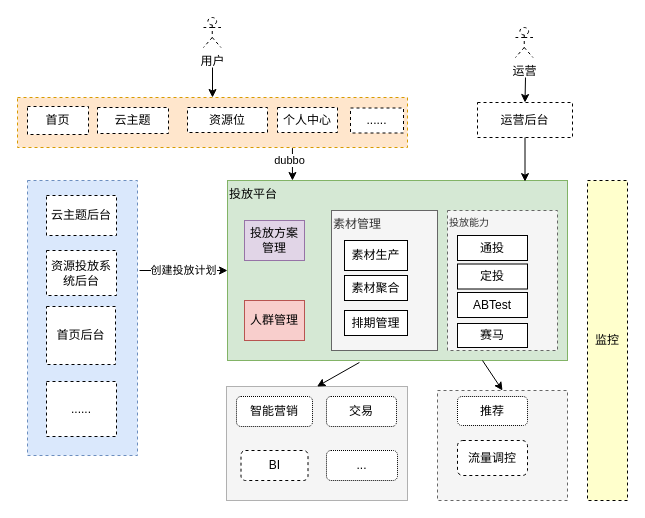
Before: Untitled Diagram.drawio in zengnm/diagrams, a draw.io diagram. Source tidied: cells renumbered, new cells numbered last; positions are measured from the earlier drawing's top-left corner, leaving out a move shared by most shapes. Both pictures are drawn from the tidied source at 100%, with x=0, y=0 at pixel (17, 17).
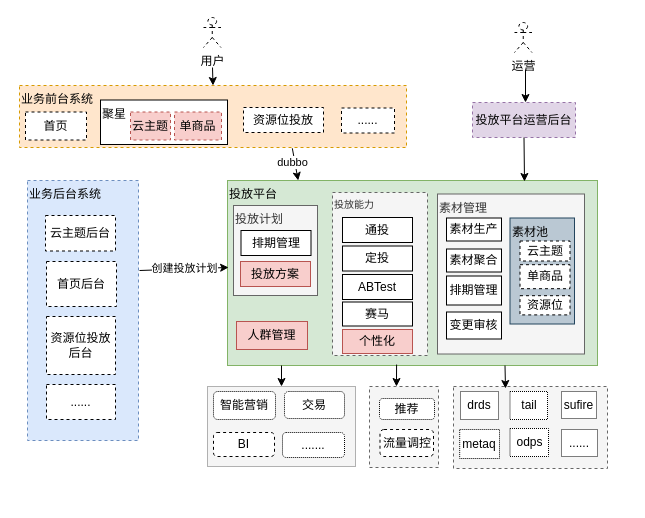
Above is the later version.

What changed in the source:
```diff
@@
     <mxCell id="2" style="rounded=0;whiteSpace=wrap;html=1;dashed=1;fillColor=#f5f5f5;strokeColor=#666666;fontColor=#333333;" parent="1" vertex="1">
-      <mxGeometry x="420" y="373" width="130" height="110" as="geometry" />
+      <mxGeometry x="352" y="369" width="69" height="81" as="geometry" />
     </mxCell>
     <mxCell id="3" style="rounded=0;whiteSpace=wrap;html=1;dashed=1;dashPattern=1 1;fillColor=#f5f5f5;strokeColor=#666666;fontColor=#333333;" parent="1" vertex="1">
-      <mxGeometry x="209" y="369" width="181" height="114" as="geometry" />
+      <mxGeometry x="190" y="369" width="148" height="80" as="geometry" />
     </mxCell>
     <mxCell id="4" value="智能营销" style="rounded=1;whiteSpace=wrap;html=1;dashed=1;dashPattern=1 1;" parent="1" vertex="1">
-      <mxGeometry x="219" y="379" width="76" height="30" as="geometry" />
+      <mxGeometry x="196" y="374" width="62" height="28" as="geometry" />
     </mxCell>
     <mxCell id="5" value="交易" style="rounded=1;whiteSpace=wrap;html=1;dashed=1;dashPattern=1 1;" parent="1" vertex="1">
-      <mxGeometry x="309" y="379" width="70" height="30" as="geometry" />
+      <mxGeometry x="267" y="374" width="60" height="27" as="geometry" />
     </mxCell>
     <mxCell id="6" value="推荐" style="rounded=1;whiteSpace=wrap;html=1;dashed=1;dashPattern=1 1;" parent="1" vertex="1">
-      <mxGeometry x="440" y="379" width="70" height="29" as="geometry" />
+      <mxGeometry x="362" y="381" width="55" height="21" as="geometry" />
     </mxCell>
-    <mxCell id="7" value="..." style="rounded=1;whiteSpace=wrap;html=1;dashed=1;dashPattern=1 1;" parent="1" vertex="1">
-      <mxGeometry x="309" y="433" width="71" height="30" as="geometry" />
+    <mxCell id="7" value="......." style="rounded=1;whiteSpace=wrap;html=1;dashed=1;dashPattern=1 1;" parent="1" vertex="1">
+      <mxGeometry x="265" y="415" width="62" height="25" as="geometry" />
     </mxCell>
     <mxCell id="8" value="投放平台" style="rounded=0;whiteSpace=wrap;html=1;align=left;horizontal=1;verticalAlign=top;fillColor=#d5e8d4;strokeColor=#82b366;" parent="1" vertex="1">
-      <mxGeometry x="210" y="163" width="340" height="180" as="geometry" />
+      <mxGeometry x="210" y="163" width="370" height="185" as="geometry" />
     </mxCell>
     <mxCell id="9" value="BI" style="rounded=1;whiteSpace=wrap;html=1;dashed=1;" parent="1" vertex="1">
-      <mxGeometry x="223.5" y="433" width="67" height="30" as="geometry" />
+      <mxGeometry x="196" y="415" width="61" height="24" as="geometry" />
     </mxCell>
-    <mxCell id="10" style="rounded=0;whiteSpace=wrap;html=1;dashed=1;fillColor=#ffe6cc;strokeColor=#d79b00;" parent="1" vertex="1">
-      <mxGeometry y="80" width="390" height="50" as="geometry" />
+    <mxCell id="10" value="业务前台系统" style="rounded=0;whiteSpace=wrap;html=1;dashed=1;fillColor=#ffe6cc;strokeColor=#d79b00;verticalAlign=top;align=left;" parent="1" vertex="1">
+      <mxGeometry x="2" y="68" width="387" height="62" as="geometry" />
     </mxCell>
-    <mxCell id="11" value="云主题" style="rounded=0;whiteSpace=wrap;html=1;dashed=1;" parent="1" vertex="1">
-      <mxGeometry x="80" y="90" width="71" height="26" as="geometry" />
-    </mxCell>
     <mxCell id="12" value="人群管理" style="rounded=0;whiteSpace=wrap;html=1;fillColor=#f8cecc;strokeColor=#b85450;" parent="1" vertex="1">
-      <mxGeometry x="227" y="283" width="60" height="40" as="geometry" />
+      <mxGeometry x="219" y="304" width="71" height="28" as="geometry" />
     </mxCell>
-    <mxCell id="13" value="投放方案管理" style="rounded=0;whiteSpace=wrap;html=1;fillColor=#e1d5e7;strokeColor=#9673a6;" parent="1" vertex="1">
-      <mxGeometry x="227" y="203" width="60" height="40" as="geometry" />
+    <mxCell id="13" value="投放计划" style="rounded=0;whiteSpace=wrap;html=1;fillColor=#f5f5f5;strokeColor=#666666;verticalAlign=top;align=left;fontColor=#333333;" parent="1" vertex="1">
+      <mxGeometry x="216" y="188" width="84" height="90" as="geometry" />
     </mxCell>
-    <mxCell id="14" value="&lt;div&gt;&lt;span&gt;&lt;sup&gt;投放能力&lt;/sup&gt;&lt;/span&gt;&lt;/div&gt;" style="rounded=0;whiteSpace=wrap;html=1;fillColor=#f5f5f5;strokeColor=#666666;fontColor=#333333;dashed=1;align=left;horizontal=1;verticalAlign=top;" parent="1" vertex="1">
-      <mxGeometry x="430" y="193" width="110" height="140" as="geometry" />
+    <mxCell id="14" value="&lt;div&gt;&lt;span&gt;&lt;sup&gt;投放能力&lt;/sup&gt;&lt;/span&gt;&lt;/div&gt;" style="rounded=0;whiteSpace=wrap;html=1;dashed=1;align=left;horizontal=1;verticalAlign=top;fillColor=#f5f5f5;strokeColor=#666666;fontColor=#333333;" parent="1" vertex="1">
+      <mxGeometry x="315" y="175" width="95" height="163" as="geometry" />
     </mxCell>
     <mxCell id="15" value="通投" style="rounded=0;whiteSpace=wrap;html=1;" parent="1" vertex="1">
-      <mxGeometry x="440" y="218" width="70" height="25" as="geometry" />
+      <mxGeometry x="325" y="200" width="70" height="25" as="geometry" />
     </mxCell>
     <mxCell id="16" value="定投" style="rounded=0;whiteSpace=wrap;html=1;" parent="1" vertex="1">
-      <mxGeometry x="440" y="246.5" width="70" height="25" as="geometry" />
+      <mxGeometry x="325" y="228.5" width="70" height="25" as="geometry" />
     </mxCell>
     <mxCell id="17" value="ABTest" style="rounded=0;whiteSpace=wrap;html=1;" parent="1" vertex="1">
-      <mxGeometry x="440" y="275" width="70" height="25" as="geometry" />
+      <mxGeometry x="325" y="257" width="70" height="25" as="geometry" />
     </mxCell>
     <mxCell id="18" value="赛马" style="rounded=0;whiteSpace=wrap;html=1;" parent="1" vertex="1">
-      <mxGeometry x="440" y="306" width="70" height="24" as="geometry" />
+      <mxGeometry x="325" y="284.5" width="70" height="24" as="geometry" />
     </mxCell>
     <mxCell id="19" value="素材管理" style="rounded=0;whiteSpace=wrap;html=1;fillColor=#f5f5f5;strokeColor=#666666;fontColor=#333333;align=left;horizontal=1;verticalAlign=top;" parent="1" vertex="1">
-      <mxGeometry x="314" y="193" width="106" height="140" as="geometry" />
+      <mxGeometry x="420" y="176.5" width="147" height="160" as="geometry" />
     </mxCell>
     <mxCell id="20" value="素材生产" style="rounded=0;whiteSpace=wrap;html=1;" parent="1" vertex="1">
-      <mxGeometry x="327" y="223" width="63" height="30" as="geometry" />
+      <mxGeometry x="429" y="200.5" width="55" height="23" as="geometry" />
     </mxCell>
     <mxCell id="21" value="素材聚合" style="rounded=0;whiteSpace=wrap;html=1;" parent="1" vertex="1">
-      <mxGeometry x="327" y="258" width="63" height="25" as="geometry" />
+      <mxGeometry x="429" y="231.5" width="55" height="23" as="geometry" />
     </mxCell>
     <mxCell id="22" value="排期管理" style="rounded=0;whiteSpace=wrap;html=1;" parent="1" vertex="1">
-      <mxGeometry x="327" y="293" width="63" height="25" as="geometry" />
+      <mxGeometry x="429" y="258.5" width="55" height="29" as="geometry" />
     </mxCell>
-    <mxCell id="23" value="资源位" style="rounded=0;whiteSpace=wrap;html=1;dashed=1;" parent="1" vertex="1">
-      <mxGeometry x="170" y="90" width="80" height="25" as="geometry" />
+    <mxCell id="23" value="资源位投放" style="rounded=0;whiteSpace=wrap;html=1;dashed=1;" parent="1" vertex="1">
+      <mxGeometry x="226" y="90" width="80" height="25" as="geometry" />
     </mxCell>
-    <mxCell id="24" value="个人中心" style="rounded=0;whiteSpace=wrap;html=1;dashed=1;" parent="1" vertex="1">
-      <mxGeometry x="260" y="90" width="60" height="25" as="geometry" />
-    </mxCell>
-    <mxCell id="25" value="运营后台" style="rounded=0;whiteSpace=wrap;html=1;dashed=1;" parent="1" vertex="1">
-      <mxGeometry x="460" y="85" width="95" height="35" as="geometry" />
+    <mxCell id="25" value="投放平台运营后台" style="rounded=0;whiteSpace=wrap;html=1;dashed=1;fillColor=#e1d5e7;strokeColor=#9673a6;" parent="1" vertex="1">
+      <mxGeometry x="455" y="85" width="103" height="35" as="geometry" />
     </mxCell>
     <mxCell id="26" value="运营" style="shape=umlActor;verticalLabelPosition=bottom;verticalAlign=top;html=1;dashed=1;" parent="1" vertex="1">
-      <mxGeometry x="498" y="10" width="17.5" height="30" as="geometry" />
+      <mxGeometry x="497" y="5" width="17.5" height="30" as="geometry" />
     </mxCell>
@@
-    <mxCell id="28" value="监控" style="rounded=0;whiteSpace=wrap;html=1;dashed=1;fillColor=#FFFFCC;verticalAlign=middle;align=center;" parent="1" vertex="1">
-      <mxGeometry x="570" y="163" width="40" height="320" as="geometry" />
-    </mxCell>
@@
-    <mxCell id="30" style="endArrow=classic;html=1;entryX=0.5;entryY=0;entryDx=0;entryDy=0;" parent="1" edge="1" target="25">
+    <mxCell id="30" style="endArrow=classic;html=1;" parent="1" edge="1">
       <mxGeometry relative="1" as="geometry">
-        <mxPoint x="508" y="60" as="sourcePoint" />
+        <mxPoint x="508" y="52" as="sourcePoint" />
+        <mxPoint x="508" y="85" as="targetPoint" />
       </mxGeometry>
     </mxCell>
@@
-    <mxCell id="33" style="endArrow=classic;html=1;exitX=0.5;exitY=1;exitDx=0;exitDy=0;entryX=0.875;entryY=0.006;entryDx=0;entryDy=0;entryPerimeter=0;" parent="1" edge="1" source="25" target="8">
-      <mxGeometry relative="1" as="geometry" />
+    <mxCell id="33" style="endArrow=classic;html=1;exitX=0.5;exitY=1;exitDx=0;exitDy=0;" parent="1" edge="1" source="25">
+      <mxGeometry relative="1" as="geometry">
+        <mxPoint x="507" y="164" as="targetPoint" />
+      </mxGeometry>
     </mxCell>
-    <mxCell id="34" style="rounded=0;whiteSpace=wrap;html=1;dashed=1;fillColor=#dae8fc;align=center;strokeColor=#6c8ebf;" parent="1" vertex="1">
-      <mxGeometry x="10" y="163" width="110" height="275" as="geometry" />
+    <mxCell id="34" value="业务后台系统" style="rounded=0;whiteSpace=wrap;html=1;dashed=1;fillColor=#dae8fc;align=left;strokeColor=#6c8ebf;verticalAlign=top;" parent="1" vertex="1">
+      <mxGeometry x="10" y="163" width="111" height="260" as="geometry" />
     </mxCell>
     <mxCell id="35" value="云主题后台" style="rounded=0;whiteSpace=wrap;html=1;dashed=1;align=center;" parent="1" vertex="1">
-      <mxGeometry x="29" y="178" width="70" height="40" as="geometry" />
+      <mxGeometry x="28" y="198" width="70" height="35.5" as="geometry" />
     </mxCell>
-    <mxCell id="36" value="资源投放系统后台" style="rounded=0;whiteSpace=wrap;html=1;dashed=1;align=center;" parent="1" vertex="1">
-      <mxGeometry x="29" y="233" width="70" height="45" as="geometry" />
+    <mxCell id="36" value="首页后台" style="rounded=0;whiteSpace=wrap;html=1;dashed=1;align=center;" parent="1" vertex="1">
+      <mxGeometry x="29" y="244" width="70" height="45" as="geometry" />
     </mxCell>
-    <mxCell id="37" value="创建投放计划" style="endArrow=classic;html=1;entryX=0;entryY=0.5;entryDx=0;entryDy=0;" parent="1" edge="1" target="8">
+    <mxCell id="37" value="创建投放计划" style="endArrow=classic;html=1;entryX=0.003;entryY=0.47;entryDx=0;entryDy=0;entryPerimeter=0;" parent="1" edge="1" target="8">
       <mxGeometry relative="1" as="geometry">
         <mxPoint x="122" y="253" as="sourcePoint" />
       </mxGeometry>
     </mxCell>
     <mxCell id="38" value="......" style="rounded=0;whiteSpace=wrap;html=1;dashed=1;align=center;" parent="1" vertex="1">
-      <mxGeometry x="29" y="364" width="70" height="55" as="geometry" />
+      <mxGeometry x="29" y="367" width="69" height="35" as="geometry" />
     </mxCell>
-    <mxCell id="39" style="endArrow=classic;html=1;exitX=0.388;exitY=1.011;exitDx=0;exitDy=0;exitPerimeter=0;entryX=0.5;entryY=0;entryDx=0;entryDy=0;" parent="1" edge="1" source="8" target="3">
-      <mxGeometry relative="1" as="geometry" />
+    <mxCell id="39" style="endArrow=classic;html=1;entryX=0.5;entryY=0;entryDx=0;entryDy=0;" parent="1" edge="1" target="3">
+      <mxGeometry relative="1" as="geometry">
+        <mxPoint x="264" y="348" as="sourcePoint" />
+      </mxGeometry>
     </mxCell>
-    <mxCell id="40" style="endArrow=classic;html=1;exitX=0.75;exitY=1;exitDx=0;exitDy=0;entryX=0.5;entryY=0;entryDx=0;entryDy=0;" parent="1" edge="1" source="8" target="2">
-      <mxGeometry relative="1" as="geometry" />
-    </mxCell>
     <mxCell id="41" value="流量调控" style="rounded=1;whiteSpace=wrap;html=1;dashed=1;align=center;" parent="1" vertex="1">
-      <mxGeometry x="440" y="423" width="70" height="35" as="geometry" />
+      <mxGeometry x="362.5" y="412" width="53.5" height="27" as="geometry" />
     </mxCell>
     <mxCell id="42" value="首页" style="rounded=0;whiteSpace=wrap;html=1;dashed=1;" parent="1" vertex="1">
-      <mxGeometry x="10" y="89" width="61" height="28" as="geometry" />
+      <mxGeometry x="8" y="94.5" width="61" height="28" as="geometry" />
     </mxCell>
     <mxCell id="43" value="......" style="rounded=0;whiteSpace=wrap;html=1;dashed=1;" parent="1" vertex="1">
-      <mxGeometry x="333" y="90.5" width="53" height="25" as="geometry" />
+      <mxGeometry x="324" y="90.5" width="53" height="25" as="geometry" />
     </mxCell>
-    <mxCell id="44" value="首页后台" style="rounded=0;whiteSpace=wrap;html=1;dashed=1;align=center;" parent="1" vertex="1">
-      <mxGeometry x="29" y="289" width="69" height="58" as="geometry" />
+    <mxCell id="44" value="资源位投放后台" style="rounded=0;whiteSpace=wrap;html=1;dashed=1;align=center;" parent="1" vertex="1">
+      <mxGeometry x="29" y="299" width="69" height="58" as="geometry" />
     </mxCell>
+    <mxCell id="45" value="个性化" style="rounded=0;whiteSpace=wrap;html=1;fillColor=#f8cecc;strokeColor=#b85450;" parent="1" vertex="1">
+      <mxGeometry x="325" y="312" width="70" height="24" as="geometry" />
+    </mxCell>
+    <mxCell id="46" value="变更审核" style="rounded=0;whiteSpace=wrap;html=1;" parent="1" vertex="1">
+      <mxGeometry x="429" y="294.5" width="55" height="27" as="geometry" />
+    </mxCell>
+    <mxCell id="47" value="排期管理" style="rounded=0;whiteSpace=wrap;html=1;" parent="1" vertex="1">
+      <mxGeometry x="223.5" y="213" width="70" height="25" as="geometry" />
+    </mxCell>
+    <mxCell id="48" value="投放方案" style="rounded=0;whiteSpace=wrap;html=1;fillColor=#f8cecc;strokeColor=#b85450;" parent="1" vertex="1">
+      <mxGeometry x="223" y="244" width="70" height="25" as="geometry" />
+    </mxCell>
+    <mxCell id="49" value="素材池" style="rounded=0;whiteSpace=wrap;html=1;align=left;verticalAlign=top;fillColor=#bac8d3;strokeColor=#23445d;" parent="1" vertex="1">
+      <mxGeometry x="492.5" y="200.5" width="64.5" height="106" as="geometry" />
+    </mxCell>
+    <mxCell id="50" value="聚星" style="rounded=0;whiteSpace=wrap;html=1;align=left;verticalAlign=top;" parent="1" vertex="1">
+      <mxGeometry x="83" y="82.5" width="127" height="44.5" as="geometry" />
+    </mxCell>
+    <mxCell id="11" value="云主题" style="rounded=0;whiteSpace=wrap;html=1;dashed=1;fillColor=#f8cecc;strokeColor=#b85450;" parent="1" vertex="1">
+      <mxGeometry x="113" y="94.5" width="40" height="28" as="geometry" />
+    </mxCell>
+    <mxCell id="24" value="单商品" style="rounded=0;whiteSpace=wrap;html=1;dashed=1;fillColor=#f8cecc;strokeColor=#b85450;" parent="1" vertex="1">
+      <mxGeometry x="157" y="94.5" width="47" height="28" as="geometry" />
+    </mxCell>
+    <mxCell id="51" value="云主题" style="rounded=0;whiteSpace=wrap;html=1;dashed=1;align=center;" parent="1" vertex="1">
+      <mxGeometry x="502.5" y="223.5" width="50" height="20" as="geometry" />
+    </mxCell>
+    <mxCell id="52" value="单商品" style="rounded=0;whiteSpace=wrap;html=1;dashed=1;align=center;" parent="1" vertex="1">
+      <mxGeometry x="502.5" y="247.2" width="50" height="24" as="geometry" />
+    </mxCell>
+    <mxCell id="53" value="资源位" style="rounded=0;whiteSpace=wrap;html=1;dashed=1;align=center;" parent="1" vertex="1">
+      <mxGeometry x="502.5" y="278.2" width="50" height="19.2" as="geometry" />
+    </mxCell>
+    <mxCell id="40" style="endArrow=classic;html=1;exitX=0.457;exitY=0.995;exitDx=0;exitDy=0;entryX=0.391;entryY=0;entryDx=0;entryDy=0;entryPerimeter=0;exitPerimeter=0;" parent="1" edge="1" source="8" target="2">
+      <mxGeometry relative="1" as="geometry" />
+    </mxCell>
+    <mxCell id="54" style="rounded=0;whiteSpace=wrap;html=1;dashed=1;fillColor=#f5f5f5;strokeColor=#666666;fontColor=#333333;" parent="1" vertex="1">
+      <mxGeometry x="436" y="369" width="154" height="82" as="geometry" />
+    </mxCell>
+    <mxCell id="55" value="drds" style="rounded=0;whiteSpace=wrap;html=1;dashed=1;dashPattern=1 1;" parent="1" vertex="1">
+      <mxGeometry x="443" y="374" width="38" height="28" as="geometry" />
+    </mxCell>
+    <mxCell id="56" value="tail" style="rounded=0;whiteSpace=wrap;html=1;dashed=1;dashPattern=1 1;" parent="1" vertex="1">
+      <mxGeometry x="492.5" y="374" width="37.5" height="28" as="geometry" />
+    </mxCell>
+    <mxCell id="57" value="metaq" style="rounded=0;whiteSpace=wrap;html=1;dashed=1;dashPattern=1 1;" parent="1" vertex="1">
+      <mxGeometry x="442.2" y="412" width="39.8" height="29" as="geometry" />
+    </mxCell>
+    <mxCell id="58" value="......" style="rounded=0;whiteSpace=wrap;html=1;dashed=1;dashPattern=1 1;" parent="1" vertex="1">
+      <mxGeometry x="544" y="412" width="36" height="27" as="geometry" />
+    </mxCell>
+    <mxCell id="59" value="sufire" style="rounded=0;whiteSpace=wrap;html=1;dashed=1;dashPattern=1 1;" parent="1" vertex="1">
+      <mxGeometry x="544" y="374" width="35" height="27" as="geometry" />
+    </mxCell>
+    <mxCell id="60" value="odps" style="rounded=0;whiteSpace=wrap;html=1;dashed=1;dashPattern=1 1;" parent="1" vertex="1">
+      <mxGeometry x="492.5" y="411" width="38.5" height="28" as="geometry" />
+    </mxCell>
+    <mxCell id="61" style="endArrow=classic;html=1;exitX=0.75;exitY=1;exitDx=0;exitDy=0;" parent="1" edge="1" source="8">
+      <mxGeometry relative="1" as="geometry">
+        <mxPoint x="488" y="371" as="targetPoint" />
+      </mxGeometry>
+    </mxCell>
```
